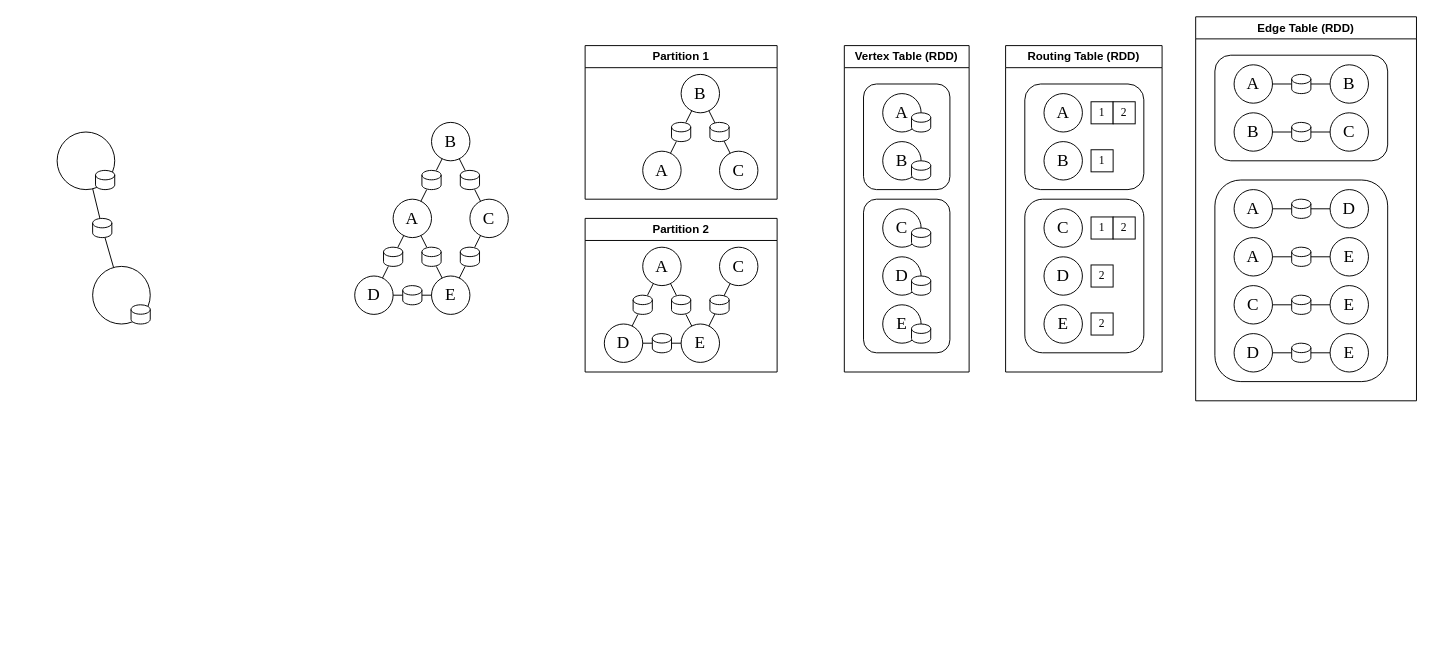
The draw.io diagram GraphProcessing.drawio in OneOverThree/PastryTest, before the edit. Source tidied: cells renumbered, new cells numbered last; positions are measured from the earlier drawing's top-left corner, leaving out a move shared by most shapes. Both pictures are drawn from the tidied source at 96%, with x=0, y=0 at pixel (57, 16).
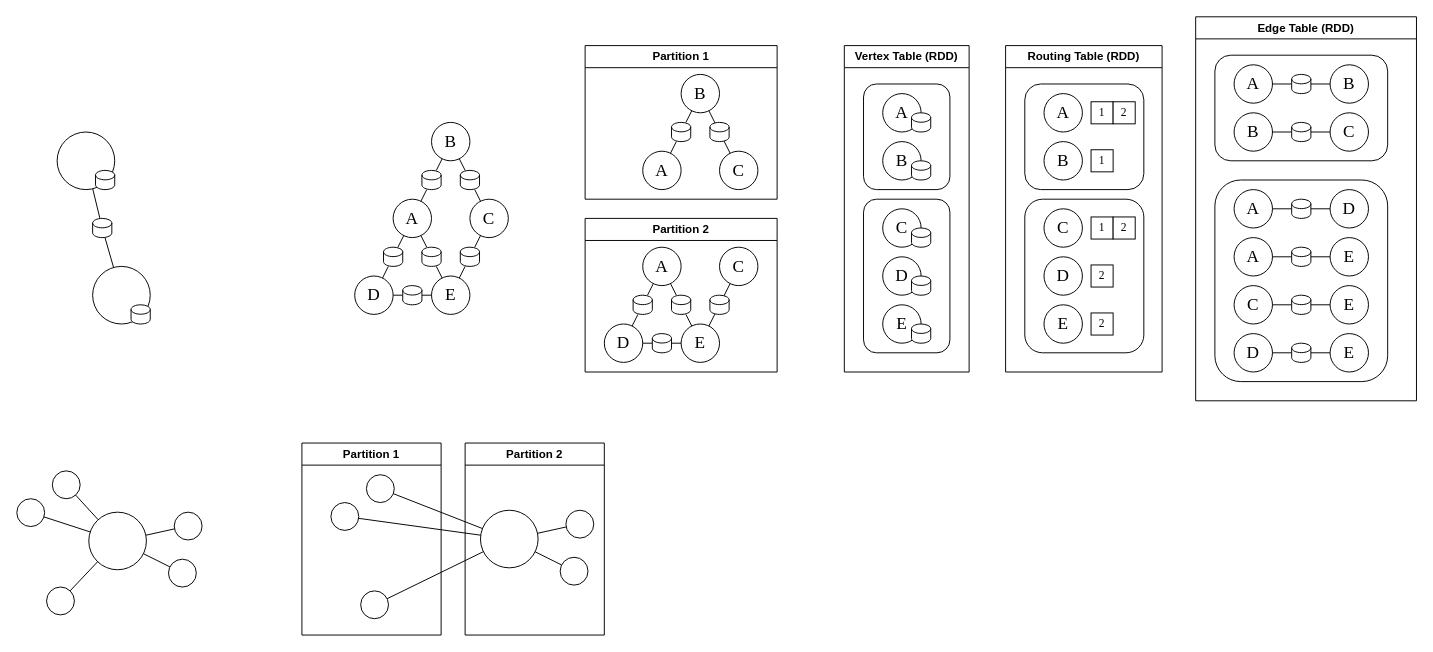
The same page after the edit.

Change to the diagram source:
```diff
@@
+    <mxCell id="117" style="ellipse;whiteSpace=wrap;html=1;" parent="1" vertex="1">
+      <mxGeometry x="33" y="516" width="60" height="60" as="geometry" />
+    </mxCell>
+    <mxCell id="118" style="ellipse;whiteSpace=wrap;html=1;" parent="1" vertex="1">
+      <mxGeometry x="-5" y="473" width="29" height="29" as="geometry" />
+    </mxCell>
+    <mxCell id="119" style="endArrow=none;html=1;rounded=0;" parent="1" edge="1" source="117" target="118">
+      <mxGeometry relative="1" as="geometry" />
+    </mxCell>
+    <mxCell id="120" style="ellipse;whiteSpace=wrap;html=1;" parent="1" vertex="1">
+      <mxGeometry x="-42" y="502" width="29" height="29" as="geometry" />
+    </mxCell>
+    <mxCell id="121" style="ellipse;whiteSpace=wrap;html=1;" parent="1" vertex="1">
+      <mxGeometry x="122" y="516" width="29" height="29" as="geometry" />
+    </mxCell>
+    <mxCell id="122" style="ellipse;whiteSpace=wrap;html=1;" parent="1" vertex="1">
+      <mxGeometry x="116" y="565" width="29" height="29" as="geometry" />
+    </mxCell>
+    <mxCell id="123" style="ellipse;whiteSpace=wrap;html=1;" parent="1" vertex="1">
+      <mxGeometry x="-11" y="594" width="29" height="29" as="geometry" />
+    </mxCell>
+    <mxCell id="124" style="endArrow=none;html=1;rounded=0;" parent="1" edge="1" source="117" target="123">
+      <mxGeometry relative="1" as="geometry" />
+    </mxCell>
+    <mxCell id="125" style="endArrow=none;html=1;rounded=0;" parent="1" edge="1" source="122" target="117">
+      <mxGeometry relative="1" as="geometry" />
+    </mxCell>
+    <mxCell id="126" style="endArrow=none;html=1;rounded=0;" parent="1" edge="1" source="117" target="121">
+      <mxGeometry relative="1" as="geometry" />
+    </mxCell>
+    <mxCell id="127" style="endArrow=none;html=1;rounded=0;" parent="1" edge="1" source="117" target="120">
+      <mxGeometry relative="1" as="geometry" />
+    </mxCell>
+    <mxCell id="128" value="Partition 2" style="swimlane;whiteSpace=wrap;html=1;" parent="1" vertex="1">
+      <mxGeometry x="425" y="444" width="145" height="200" as="geometry" />
+    </mxCell>
+    <mxCell id="129" style="ellipse;whiteSpace=wrap;html=1;" parent="128" vertex="1">
+      <mxGeometry x="16" y="70" width="60" height="60" as="geometry" />
+    </mxCell>
+    <mxCell id="130" style="ellipse;whiteSpace=wrap;html=1;" parent="128" vertex="1">
+      <mxGeometry x="105" y="70" width="29" height="29" as="geometry" />
+    </mxCell>
+    <mxCell id="131" style="ellipse;whiteSpace=wrap;html=1;" parent="128" vertex="1">
+      <mxGeometry x="99" y="119" width="29" height="29" as="geometry" />
+    </mxCell>
+    <mxCell id="132" style="endArrow=none;html=1;rounded=0;" parent="128" edge="1" source="131" target="129">
+      <mxGeometry relative="1" as="geometry" />
+    </mxCell>
+    <mxCell id="133" style="endArrow=none;html=1;rounded=0;" parent="128" edge="1" source="129" target="130">
+      <mxGeometry relative="1" as="geometry" />
+    </mxCell>
+    <mxCell id="134" value="Partition 1" style="swimlane;whiteSpace=wrap;html=1;" parent="1" vertex="1">
+      <mxGeometry x="255" y="444" width="145" height="200" as="geometry" />
+    </mxCell>
+    <mxCell id="135" style="ellipse;whiteSpace=wrap;html=1;" parent="134" vertex="1">
+      <mxGeometry x="67.2" y="33" width="29" height="29" as="geometry" />
+    </mxCell>
+    <mxCell id="136" style="ellipse;whiteSpace=wrap;html=1;" parent="134" vertex="1">
+      <mxGeometry x="30.2" y="62" width="29" height="29" as="geometry" />
+    </mxCell>
+    <mxCell id="137" style="ellipse;whiteSpace=wrap;html=1;" parent="134" vertex="1">
+      <mxGeometry x="61.2" y="154" width="29" height="29" as="geometry" />
+    </mxCell>
+    <mxCell id="138" style="endArrow=none;html=1;rounded=0;" parent="1" edge="1" source="129" target="135">
+      <mxGeometry relative="1" as="geometry" />
+    </mxCell>
+    <mxCell id="139" style="endArrow=none;html=1;rounded=0;" parent="1" edge="1" source="129" target="136">
+      <mxGeometry relative="1" as="geometry" />
+    </mxCell>
+    <mxCell id="140" style="endArrow=none;html=1;rounded=0;" parent="1" edge="1" source="129" target="137">
+      <mxGeometry relative="1" as="geometry" />
+    </mxCell>
```
